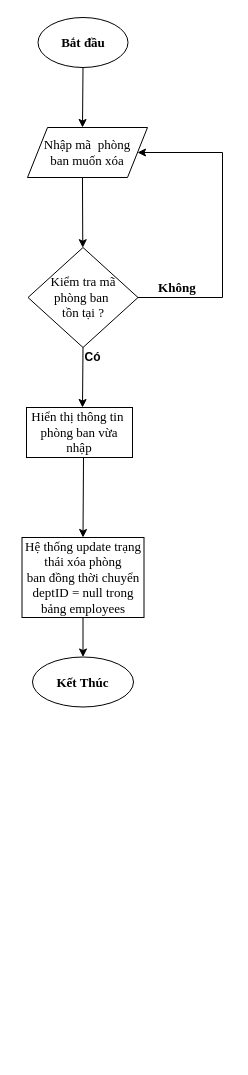
Earlier version of the draw.io diagram xoaphongban.drawio (dodangtuan/baocaoss). Source tidied: cells renumbered, new cells numbered last; positions are measured from the earlier drawing's top-left corner, leaving out a move shared by most shapes. Both pictures are drawn from the tidied source at 100%, with x=0, y=0 at pixel (22, 17).
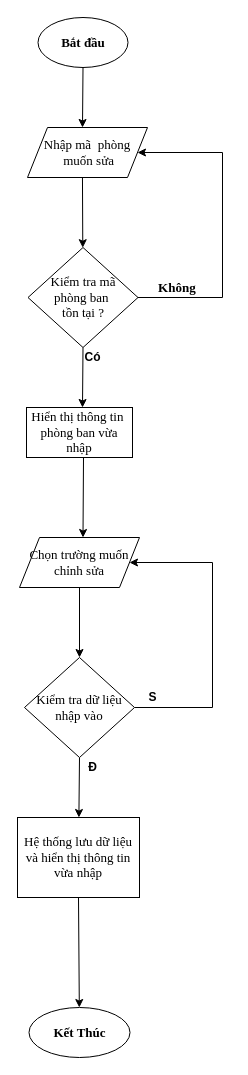
Above is the later version.

Change to the diagram source:
```diff
@@
-    <mxCell id="5" value="&lt;font style=&quot;font-size: 13px;&quot;&gt;Nhập mã&amp;nbsp; phòng&lt;br&gt;ban muốn xóa&lt;br&gt;&lt;/font&gt;" style="shape=parallelogram;perimeter=parallelogramPerimeter;whiteSpace=wrap;html=1;fixedSize=1;fontSize=13;fontFamily=Times New Roman;fontStyle=0;" parent="1" vertex="1">
+    <mxCell id="5" value="&lt;font style=&quot;font-size: 13px;&quot;&gt;Nhập mã&amp;nbsp; phòng&lt;br&gt;&lt;span style=&quot;background-color: initial;&quot;&gt;&amp;nbsp;muốn sửa&lt;/span&gt;&lt;br&gt;&lt;/font&gt;" style="shape=parallelogram;perimeter=parallelogramPerimeter;whiteSpace=wrap;html=1;fixedSize=1;fontSize=13;fontFamily=Times New Roman;fontStyle=0;" parent="1" vertex="1">
       <mxGeometry x="5" y="110" width="120" height="50" as="geometry" />
     </mxCell>
@@
     <mxCell id="11" value="&lt;font style=&quot;font-size: 13px;&quot;&gt;&lt;span style=&quot;font-size: 13px;&quot;&gt;Kết Thúc&lt;/span&gt;&lt;/font&gt;" style="ellipse;whiteSpace=wrap;html=1;fontSize=13;fontFamily=Times New Roman;fontStyle=1;" parent="1" vertex="1">
-      <mxGeometry x="10" y="639.5" width="101" height="50" as="geometry" />
+      <mxGeometry x="6.5" y="990" width="101" height="50" as="geometry" />
     </mxCell>
@@
-    <mxCell id="15" value="Hệ thống update trạng thái xóa phòng&lt;br&gt;ban đồng thời chuyển &lt;br&gt;deptID&amp;nbsp;= null trong bảng employees" style="rounded=0;whiteSpace=wrap;html=1;fontSize=13;fontFamily=Times New Roman;fontStyle=0;" parent="1" vertex="1">
-      <mxGeometry x="-0.5" y="520" width="122" height="80" as="geometry" />
+    <mxCell id="15" value="Hệ thống lưu dữ liệu và hiển thị thông tin vừa nhập" style="rounded=0;whiteSpace=wrap;html=1;fontSize=13;fontFamily=Times New Roman;fontStyle=0;" parent="1" vertex="1">
+      <mxGeometry x="-5" y="800" width="122" height="80" as="geometry" />
     </mxCell>
+    <mxCell id="16" style="rounded=0;jettySize=auto;html=1;exitX=0.5;exitY=1;exitDx=0;exitDy=0;entryX=0.5;entryY=0;entryDx=0;entryDy=0;" parent="1" edge="1" source="17" target="20">
+      <mxGeometry relative="1" as="geometry" />
+    </mxCell>
+    <mxCell id="17" value="&lt;font style=&quot;font-size: 13px;&quot;&gt;Chọn trường muốn&lt;br&gt;chỉnh sửa&lt;br&gt;&lt;/font&gt;" style="shape=parallelogram;perimeter=parallelogramPerimeter;whiteSpace=wrap;html=1;fixedSize=1;fontSize=13;fontFamily=Times New Roman;fontStyle=0;" parent="1" vertex="1">
+      <mxGeometry x="-3" y="520" width="120" height="50" as="geometry" />
+    </mxCell>
+    <mxCell id="18" style="rounded=0;jettySize=auto;html=1;exitX=0.5;exitY=1;exitDx=0;exitDy=0;" parent="1" edge="1" source="20" target="15">
+      <mxGeometry relative="1" as="geometry" />
+    </mxCell>
+    <mxCell id="19" style="edgeStyle=elbowEdgeStyle;rounded=0;jettySize=auto;html=1;exitX=1;exitY=0.5;exitDx=0;exitDy=0;entryX=1;entryY=0.5;entryDx=0;entryDy=0;" parent="1" edge="1" source="20" target="17">
+      <mxGeometry relative="1" as="geometry">
+        <Array as="points">
+          <mxPoint x="190" y="630" />
+        </Array>
+      </mxGeometry>
+    </mxCell>
+    <mxCell id="20" value="Kiểm tra dữ liệu&lt;br&gt;nhập vào" style="rhombus;whiteSpace=wrap;html=1;fontSize=13;fontFamily=Times New Roman;fontStyle=0;" parent="1" vertex="1">
+      <mxGeometry x="2" y="640" width="110" height="100" as="geometry" />
+    </mxCell>
+    <mxCell id="21" value="&lt;b&gt;S&lt;/b&gt;" style="text;html=1;align=center;verticalAlign=middle;strokeColor=none;fillColor=none;" parent="1" vertex="1">
+      <mxGeometry x="115" y="665" width="30" height="30" as="geometry" />
+    </mxCell>
+    <mxCell id="22" value="&lt;b&gt;Đ&lt;/b&gt;" style="text;html=1;align=center;verticalAlign=middle;strokeColor=none;fillColor=none;" parent="1" vertex="1">
+      <mxGeometry x="55" y="735" width="30" height="30" as="geometry" />
+    </mxCell>
```
